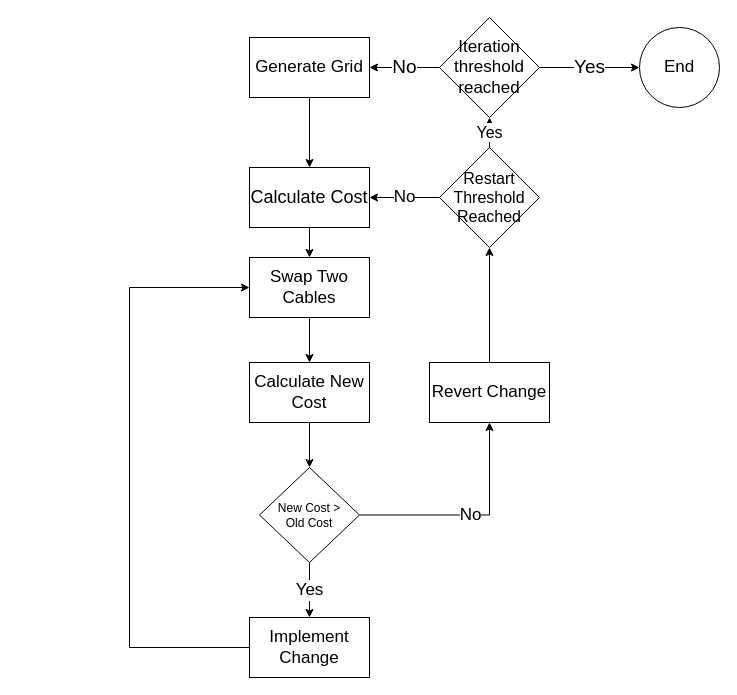
Earlier version of the draw.io diagram Flowchart Main.drawio (M-wag/algo_smartgrid). Source tidied: cells renumbered, new cells numbered last; positions are measured from the earlier drawing's top-left corner, leaving out a move shared by most shapes. Both pictures are drawn from the tidied source at 100%, with x=0, y=0 at pixel (129, 17).
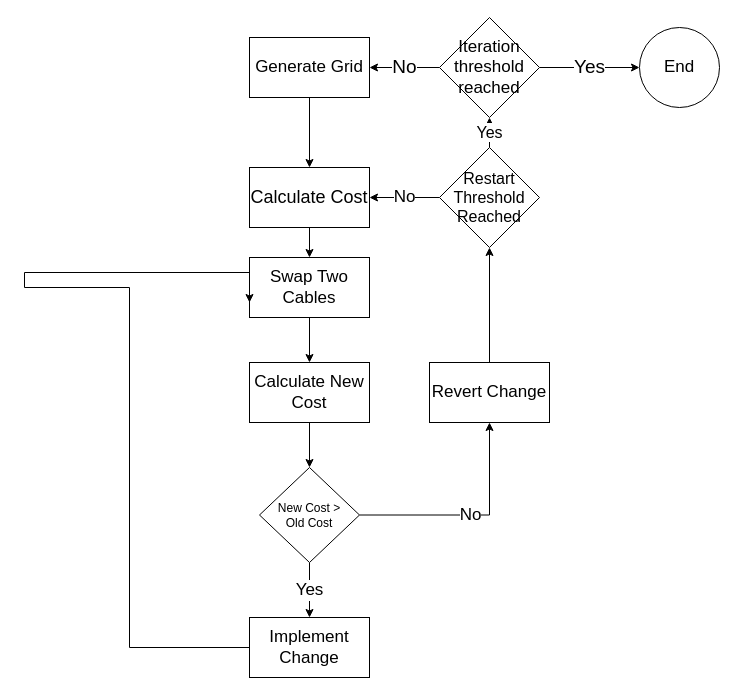
Above is the later version.

The change refers to these unchanged cells:
```xml
<mxCell id="5" value="&lt;font style=&quot;font-size: 17px;&quot;&gt;Swap Two Cables&lt;/font&gt;" style="rounded=0;whiteSpace=wrap;html=1;" parent="1" vertex="1">
  <mxGeometry x="120" y="240" width="120" height="60" as="geometry" />
</mxCell>
<mxCell id="14" value="&lt;font style=&quot;font-size: 17px;&quot;&gt;Implement Change&lt;/font&gt;" style="rounded=0;whiteSpace=wrap;html=1;" parent="1" vertex="1">
  <mxGeometry x="120" y="600" width="120" height="60" as="geometry" />
</mxCell>
```

The edit, as a diff of the source:
```diff
@@
-    <mxCell id="13" style="edgeStyle=orthogonalEdgeStyle;rounded=0;jettySize=auto;html=1;entryX=0;entryY=0.5;entryDx=0;entryDy=0;fontSize=16;" parent="1" edge="1" source="14" target="5">
+    <mxCell id="13" style="edgeStyle=orthogonalEdgeStyle;rounded=0;jettySize=auto;html=1;fontSize=16;entryX=0;entryY=0.75;entryDx=0;entryDy=0;" parent="1" edge="1" source="14" target="5">
       <mxGeometry relative="1" as="geometry">
         <Array as="points">
           <mxPoint y="630" />
           <mxPoint y="270" />
+          <mxPoint x="-105" y="270" />
+          <mxPoint x="-105" y="255" />
+          <mxPoint x="120" y="255" />
         </Array>
       </mxGeometry>
     </mxCell>
```
